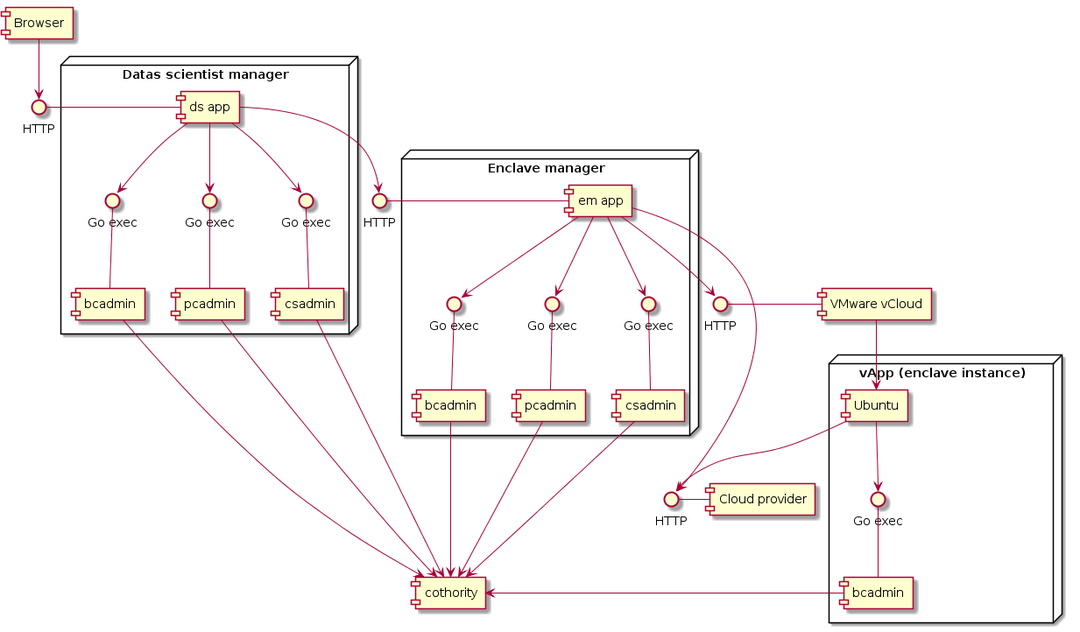
dedis/odyssey keeps this PlantUML diagram as docs/assets/components_uml.png. Above is the earlier version.
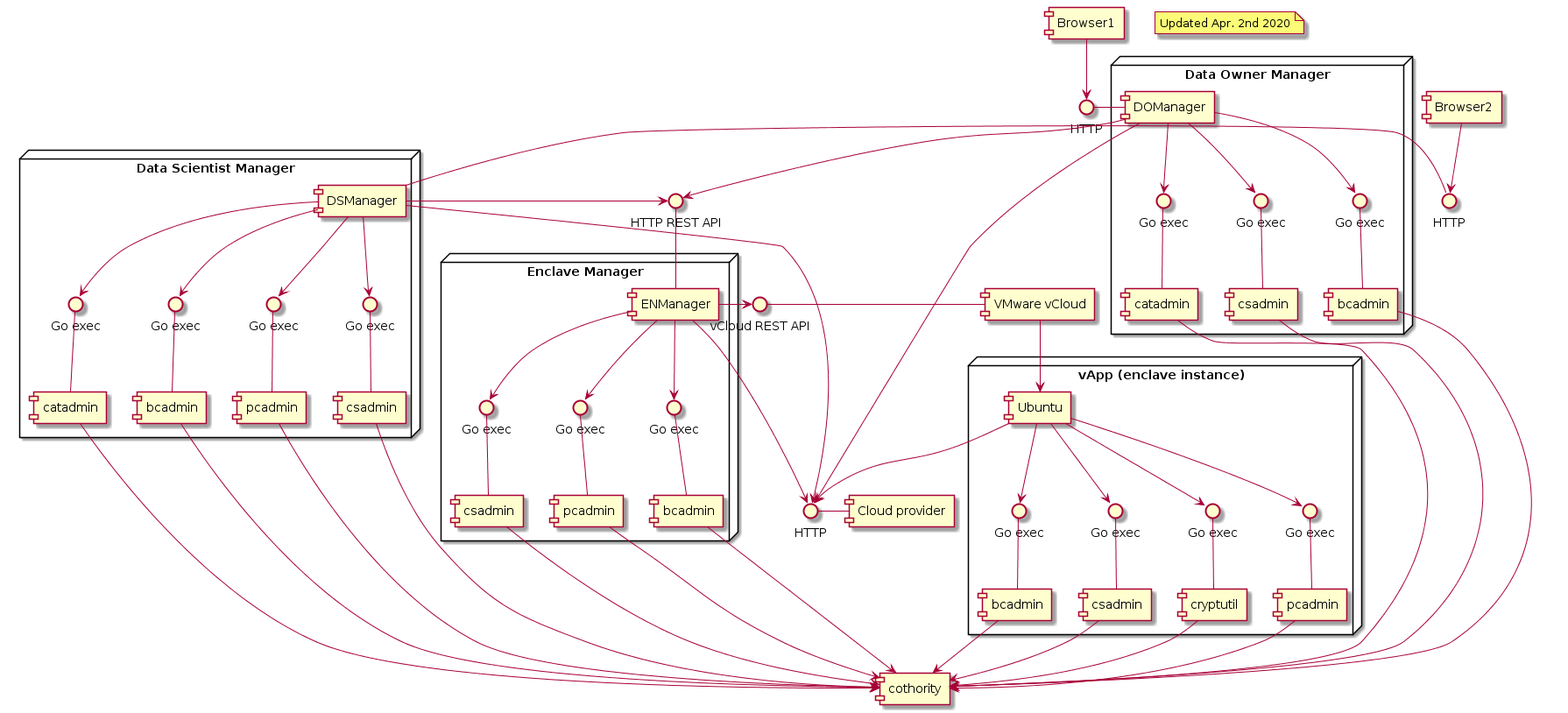
After the commit.

Commit message:
Updates the components diagram

The edit, as a diff of the source:
```diff
@@ -1,80 +1,143 @@
 @startuml
+note "Updated Apr. 2nd 2020" as note
+
 interface "HTTP" as http1
 interface "HTTP" as http2
+interface "HTTP REST API" as http3
+
+interface "vCloud REST API" as http_vcloud
+interface "HTTP" as http_cloud
 
 component [cothority]
 
-node "Datas scientist manager" {
-    http1 - [ds app]
+node "Data Owner Manager" {
+    http1 - [DOManager]
+
+    interface "Go exec" as goexec11
+    component [bcadmin] as bcadmin11
+    goexec11 -- [bcadmin11]
+    [DOManager] --> goexec11
+
+    interface "Go exec" as goexec12
+    component [csadmin] as csadmin11
+    goexec12 -- [csadmin11]
+    [DOManager] --> goexec12
+
+    interface "Go exec" as goexec13
+    component [catadmin] as catadmin11
+    goexec13 -- [catadmin11]
+    [DOManager] --> goexec13
+
+    [DOManager] --> http3
+
+    [bcadmin11] -> [cothority]
+    [catadmin11] -> [cothority]
+    [csadmin11] -> [cothority]
+
+    [DOManager] --> http_cloud
+}
+
+[Browser1] --> http1
+[Browser2] --> http2
+
+
+node "Data Scientist Manager" {
+    http2 - [DSManager]
 
     interface "Go exec" as goexec1
     component [bcadmin] as bcadmin1
-    goexec1 -down- [bcadmin1]
-    [ds app] --> goexec1
+    goexec1 -- [bcadmin1]
+    [DSManager] --> goexec1
 
     interface "Go exec" as goexec2
     component [csadmin] as csadmin1
-    goexec2 -down- [csadmin1]
-    [ds app] --> goexec2
+    goexec2 -- [csadmin1]
+    [DSManager] --> goexec2
 
     interface "Go exec" as goexec3
     component [pcadmin] as pcadmin1
-    goexec3 -down- [pcadmin1]
-    [ds app] --> goexec3
+    goexec3 -- [pcadmin1]
+    [DSManager] --> goexec3
 
-    [ds app] --> http2
+    interface "Go exec" as goexec3.2
+    component [catadmin] as catadmin1
+    goexec3.2 -- [catadmin1]
+    [DSManager] --> goexec3.2
+
+    [DSManager] --> http3
 
     [bcadmin1] -> [cothority]
     [pcadmin1] -> [cothority]
     [csadmin1] -> [cothority]
+    [catadmin1] -> [cothority]
+
+    [DSManager] --> http_cloud
 }
-
-[Browser] --> http1
-
-interface "HTTP" as http_vcloud
-interface "HTTP" as http_cloud
 
 http_vcloud - [VMware vCloud]
 
-node "Enclave manager" {
+node "Enclave Manager" {
     interface "Go exec" as goexec4
     component [bcadmin] as bcadmin2
-    goexec4 -down- [bcadmin2]
-    [em app] --> goexec4
+    goexec4 -- [bcadmin2]
+    [ENManager] --> goexec4
 
     interface "Go exec" as goexec5
     component [csadmin] as csadmin2
-    goexec5 -down- [csadmin2]
-    [em app] --> goexec5
+    goexec5 -- [csadmin2]
+    [ENManager] --> goexec5
 
     interface "Go exec" as goexec6
     component [pcadmin] as pcadmin2
-    goexec6 -down- [pcadmin2]
-    [em app] --> goexec6
+    goexec6 -- [pcadmin2]
+    [ENManager] --> goexec6
 
-    http2 - [em app]
+    http3 -- [ENManager]
 
 
-    [em app] --> http_vcloud
-    [em app] --> http_cloud
+    [ENManager] --> http_vcloud
+    [ENManager] --> http_cloud
 
-    [bcadmin2] -> [cothority]
-    [pcadmin2] -> [cothority]
-    [csadmin2] -> [cothority]
+    [bcadmin2] --> [cothority]
+    [pcadmin2] --> [cothority]
+    [csadmin2] --> [cothority]
 }
 
 node "vApp (enclave instance)" {
     interface "Go exec" as goexec7
+    interface "Go exec" as goexec8
+    interface "Go exec" as goexec9
+    interface "Go exec" as goexec10
+
     component [bcadmin] as bcadmin3
-    goexec7 -down- [bcadmin3]
+    component [csadmin] as csadmin3
+    component [cryptutil] as cryputil3
+    component [pcadmin] as pcadmin3
+
+    goexec7 -- [bcadmin3]
+    goexec8 -- [csadmin3]
+    goexec9 -- [cryputil3]
+    goexec10 -- [pcadmin3]
 
     [Ubuntu] --> goexec7
+    [Ubuntu] --> goexec8
+    [Ubuntu] --> goexec9
+    [Ubuntu] --> goexec10
+
     [Ubuntu] --> http_cloud
 
-    [bcadmin3] -> [cothority]
+    [bcadmin3] --> [cothority]
+    [csadmin3] --> [cothority]
+    [pcadmin3] --> [cothority]
+    [cryputil3] --> [cothority]
 }
 
 [VMware vCloud] --> [Ubuntu]
 
 http_cloud - [Cloud provider]
+
+[DOManager] -[hidden]down- [DSManager]
+[DSManager] -[hidden]down- [ENManager]
+[ENManager] -[hidden]down- [Ubuntu]
+[ENManager] -[hidden]down- [Cloud provider]
 @enduml
```
